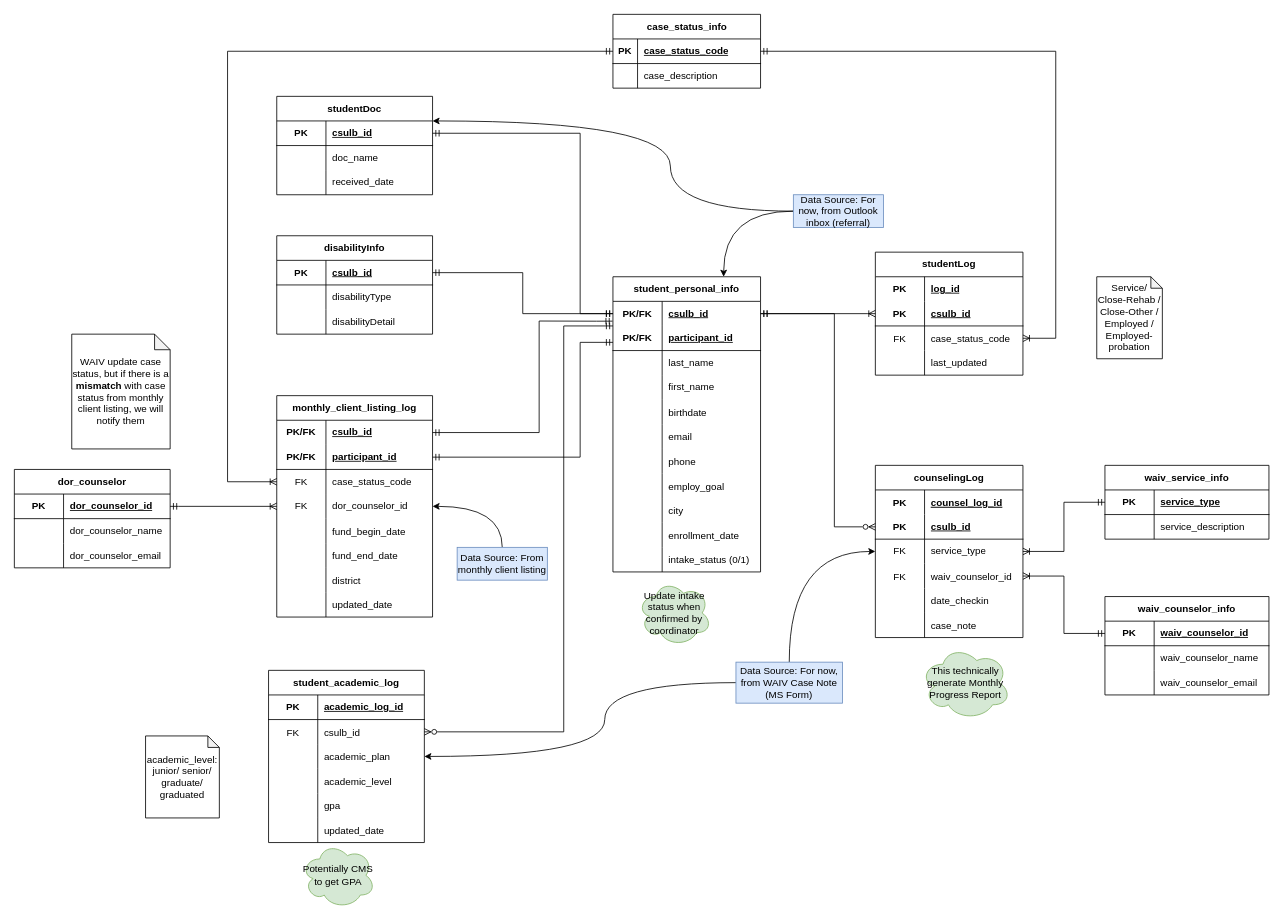
Above: page "schema" (4 of 4) of waivSchema.drawio in markqle/waiv (draw.io), before the change. Source tidied: cells renumbered, new cells numbered last; positions are measured from the earlier drawing's top-left corner, leaving out a move shared by most shapes. Both pictures are drawn from the tidied source at 82%, with x=0, y=0 at pixel (14, 14).
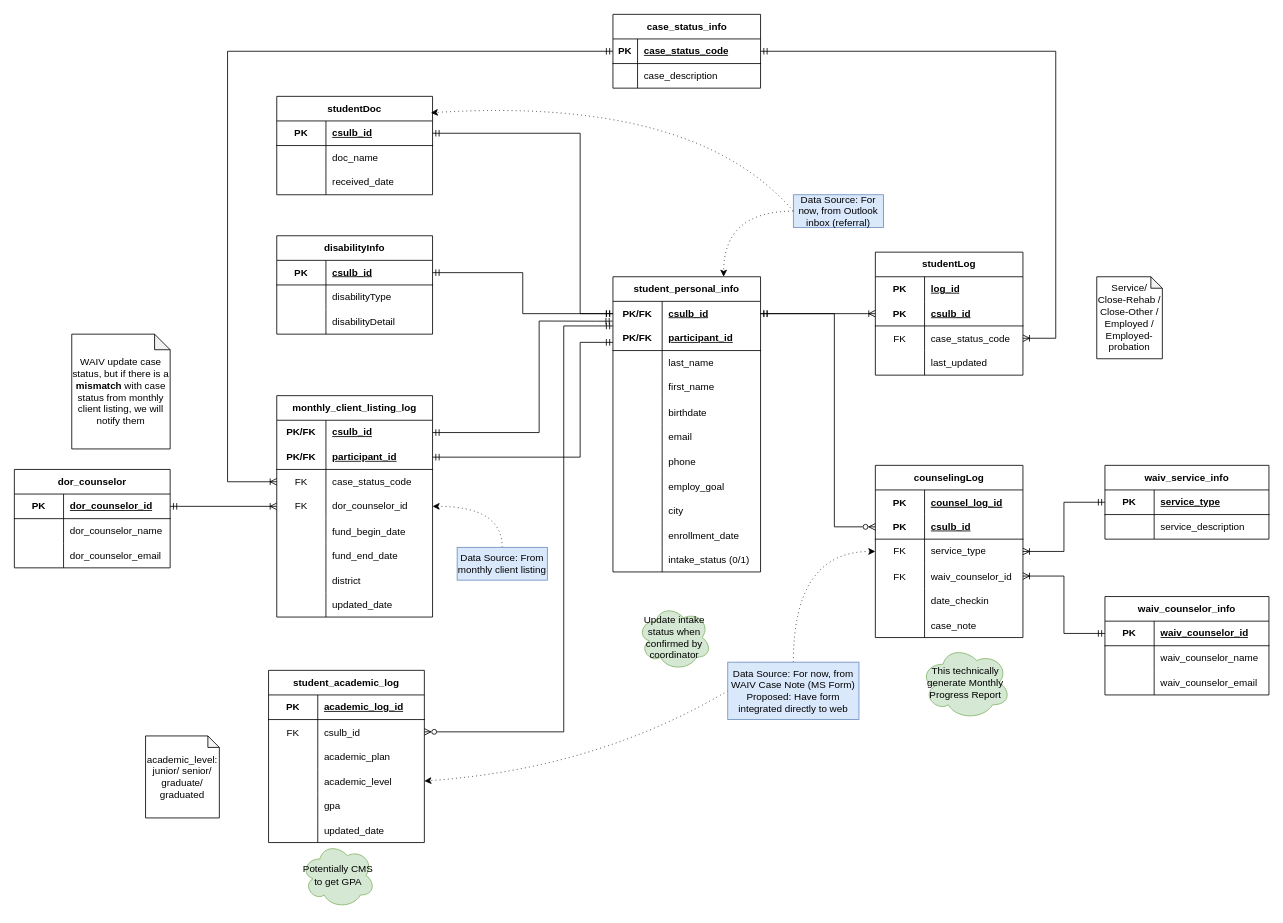
The same page after the edit.

Unchanged cells that the change refers to:
```xml
<mxCell id="2" value="student_personal_info" style="shape=table;startSize=30;childLayout=tableLayout;rowLines=0;fontStyle=1;align=center;html=1;whiteSpace=wrap;" parent="1" vertex="1">
  <mxGeometry x="730" y="320" width="180" height="360" as="geometry" />
</mxCell>
<mxCell id="73" style="shape=tableRow;horizontal=0;startSize=0;swimlaneHead=0;swimlaneBody=0;fillColor=none;points=[[0,0.5],[1,0.5]];portConstraint=eastwest;top=0;left=0;right=0;bottom=0;html=1;" parent="66" vertex="1">
  <mxGeometry y="90" width="180" height="30" as="geometry" />
</mxCell>
<mxCell id="118" style="shape=tableRow;horizontal=0;startSize=0;swimlaneHead=0;swimlaneBody=0;fillColor=none;points=[[0,0.5],[1,0.5]];portConstraint=eastwest;top=0;left=0;right=0;bottom=0;html=1;" parent="108" vertex="1">
  <mxGeometry y="120" width="190" height="30" as="geometry" />
</mxCell>
<mxCell id="142" value="Data Source: For now, from Outlook inbox (referral)" style="text;html=1;align=center;verticalAlign=middle;whiteSpace=wrap;rounded=0;fillColor=#dae8fc;strokeColor=#6c8ebf;" parent="1" vertex="1">
  <mxGeometry x="950" y="220" width="110" height="40" as="geometry" />
</mxCell>
<mxCell id="150" style="shape=tableRow;horizontal=0;startSize=0;swimlaneHead=0;swimlaneBody=0;fillColor=none;points=[[0,0.5],[1,0.5]];portConstraint=eastwest;top=0;left=0;right=0;bottom=0;" parent="143" vertex="1">
  <mxGeometry y="90" width="190" height="30" as="geometry" />
</mxCell>
<mxCell id="153" style="shape=tableRow;horizontal=0;startSize=0;swimlaneHead=0;swimlaneBody=0;fillColor=none;points=[[0,0.5],[1,0.5]];portConstraint=eastwest;top=0;left=0;right=0;bottom=0;" parent="143" vertex="1">
  <mxGeometry y="120" width="190" height="30" as="geometry" />
</mxCell>
<mxCell id="164" value="Data Source: From monthly client listing" style="text;html=1;align=center;verticalAlign=middle;whiteSpace=wrap;rounded=0;fillColor=#dae8fc;strokeColor=#6c8ebf;" parent="1" vertex="1">
  <mxGeometry x="540" y="650" width="110" height="40" as="geometry" />
</mxCell>
<mxCell id="165" value="studentDoc" style="shape=table;startSize=30;childLayout=tableLayout;rowLines=0;fontStyle=1;align=center;html=1;whiteSpace=wrap;" parent="1" vertex="1">
  <mxGeometry x="320" y="100" width="190" height="120" as="geometry" />
</mxCell>
```

Diff of the diagram source:
```diff
@@
-    <mxCell id="137" style="edgeStyle=orthogonalEdgeStyle;rounded=0;jettySize=auto;html=1;exitX=0.5;exitY=0;exitDx=0;exitDy=0;entryX=0;entryY=0.5;entryDx=0;entryDy=0;curved=1;" parent="1" edge="1" source="139" target="73">
+    <mxCell id="137" style="edgeStyle=orthogonalEdgeStyle;rounded=0;jettySize=auto;html=1;exitX=0.5;exitY=0;exitDx=0;exitDy=0;entryX=0;entryY=0.5;entryDx=0;entryDy=0;curved=1;dashed=1;dashPattern=1 4;" parent="1" edge="1" source="139" target="73">
       <mxGeometry relative="1" as="geometry" />
     </mxCell>
-    <mxCell id="138" style="edgeStyle=orthogonalEdgeStyle;rounded=0;jettySize=auto;html=1;exitX=0;exitY=0.5;exitDx=0;exitDy=0;entryX=1;entryY=0.5;entryDx=0;entryDy=0;curved=1;" parent="1" edge="1" source="139" target="150">
-      <mxGeometry relative="1" as="geometry">
-        <Array as="points">
-          <mxPoint x="720" y="815" />
-          <mxPoint x="720" y="905" />
-        </Array>
-      </mxGeometry>
-    </mxCell>
+    <mxCell id="192" style="rounded=0;jettySize=auto;html=1;exitX=0;exitY=0.5;exitDx=0;exitDy=0;entryX=1;entryY=0.5;entryDx=0;entryDy=0;curved=1;dashed=1;dashPattern=1 4;" parent="1" edge="1" source="139" target="153">
+      <mxGeometry relative="1" as="geometry">
+        <Array as="points">
+          <mxPoint x="710" y="920" />
+        </Array>
+      </mxGeometry>
+    </mxCell>
-    <mxCell id="139" value="Data Source: For now, from WAIV Case Note (MS Form)" style="text;html=1;align=center;verticalAlign=middle;whiteSpace=wrap;rounded=0;fillColor=#dae8fc;strokeColor=#6c8ebf;" parent="1" vertex="1">
-      <mxGeometry x="880" y="790" width="130" height="50" as="geometry" />
+    <mxCell id="139" value="Data Source: For now, from WAIV Case Note (MS Form)&lt;br&gt;Proposed: Have form integrated directly to web" style="text;html=1;align=center;verticalAlign=middle;whiteSpace=wrap;rounded=0;fillColor=#dae8fc;strokeColor=#6c8ebf;" parent="1" vertex="1">
+      <mxGeometry x="870" y="790" width="160" height="70" as="geometry" />
     </mxCell>
-    <mxCell id="140" style="edgeStyle=orthogonalEdgeStyle;rounded=0;jettySize=auto;html=1;exitX=0;exitY=0.5;exitDx=0;exitDy=0;curved=1;entryX=0.75;entryY=0;entryDx=0;entryDy=0;" parent="1" edge="1" source="142" target="2">
+    <mxCell id="140" style="edgeStyle=orthogonalEdgeStyle;rounded=0;jettySize=auto;html=1;exitX=0;exitY=0.5;exitDx=0;exitDy=0;curved=1;entryX=0.75;entryY=0;entryDx=0;entryDy=0;dashed=1;dashPattern=1 4;" parent="1" edge="1" source="142" target="2">
       <mxGeometry relative="1" as="geometry" />
     </mxCell>
-    <mxCell id="141" style="edgeStyle=orthogonalEdgeStyle;rounded=0;jettySize=auto;html=1;exitX=0;exitY=0.5;exitDx=0;exitDy=0;entryX=1;entryY=0.25;entryDx=0;entryDy=0;curved=1;" parent="1" edge="1" source="142" target="165">
-      <mxGeometry relative="1" as="geometry">
-        <Array as="points">
-          <mxPoint x="800" y="240" />
-          <mxPoint x="800" y="130" />
-        </Array>
-      </mxGeometry>
-    </mxCell>
@@
-    <mxCell id="163" style="edgeStyle=orthogonalEdgeStyle;rounded=0;jettySize=auto;html=1;exitX=0.5;exitY=0;exitDx=0;exitDy=0;curved=1;" parent="1" edge="1" source="164" target="118">
+    <mxCell id="163" style="edgeStyle=orthogonalEdgeStyle;rounded=0;jettySize=auto;html=1;exitX=0.5;exitY=0;exitDx=0;exitDy=0;curved=1;dashed=1;dashPattern=1 4;" parent="1" edge="1" source="164" target="118">
       <mxGeometry relative="1" as="geometry" />
     </mxCell>
@@
     <mxCell id="178" value="Update intake status when confirmed by coordinator" style="ellipse;shape=cloud;whiteSpace=wrap;html=1;align=center;fillColor=#d5e8d4;strokeColor=#82b366;" parent="1" vertex="1">
-      <mxGeometry x="760" y="690" width="90" height="80" as="geometry" />
+      <mxGeometry x="760" y="720" width="90" height="80" as="geometry" />
     </mxCell>
@@
+    <mxCell id="141" style="rounded=0;jettySize=auto;html=1;exitX=0;exitY=0.5;exitDx=0;exitDy=0;entryX=0.989;entryY=0.167;entryDx=0;entryDy=0;entryPerimeter=0;dashed=1;dashPattern=1 4;curved=1;" parent="1" edge="1" source="142" target="165">
+      <mxGeometry relative="1" as="geometry">
+        <Array as="points">
+          <mxPoint x="830" y="100" />
+        </Array>
+      </mxGeometry>
+    </mxCell>
```
